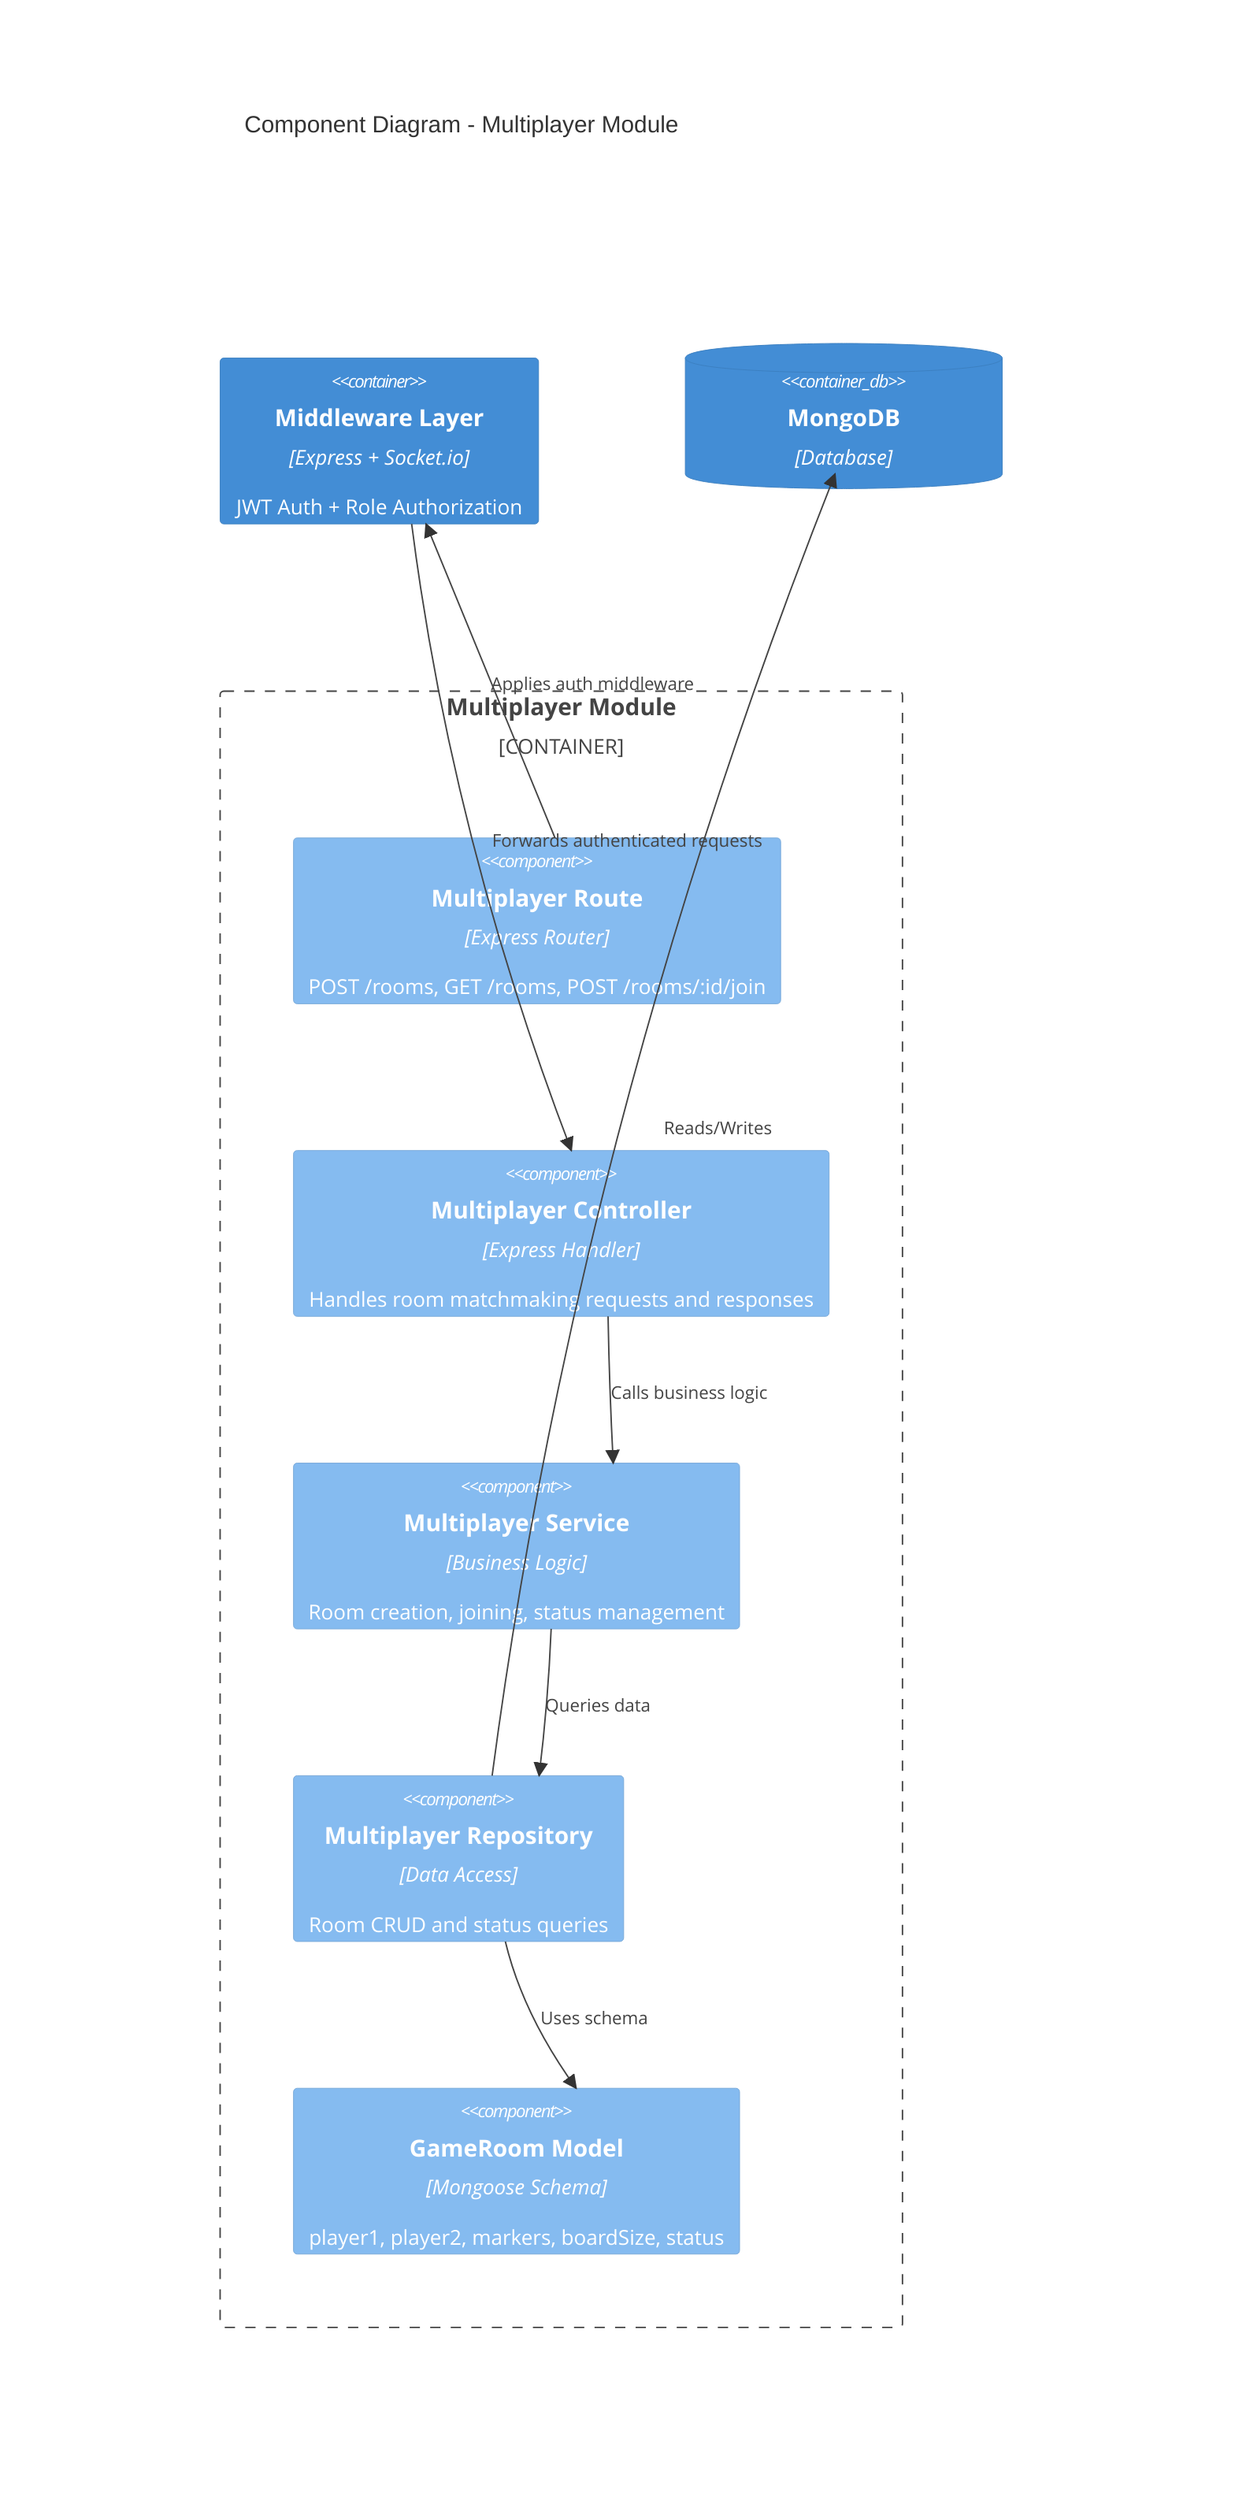
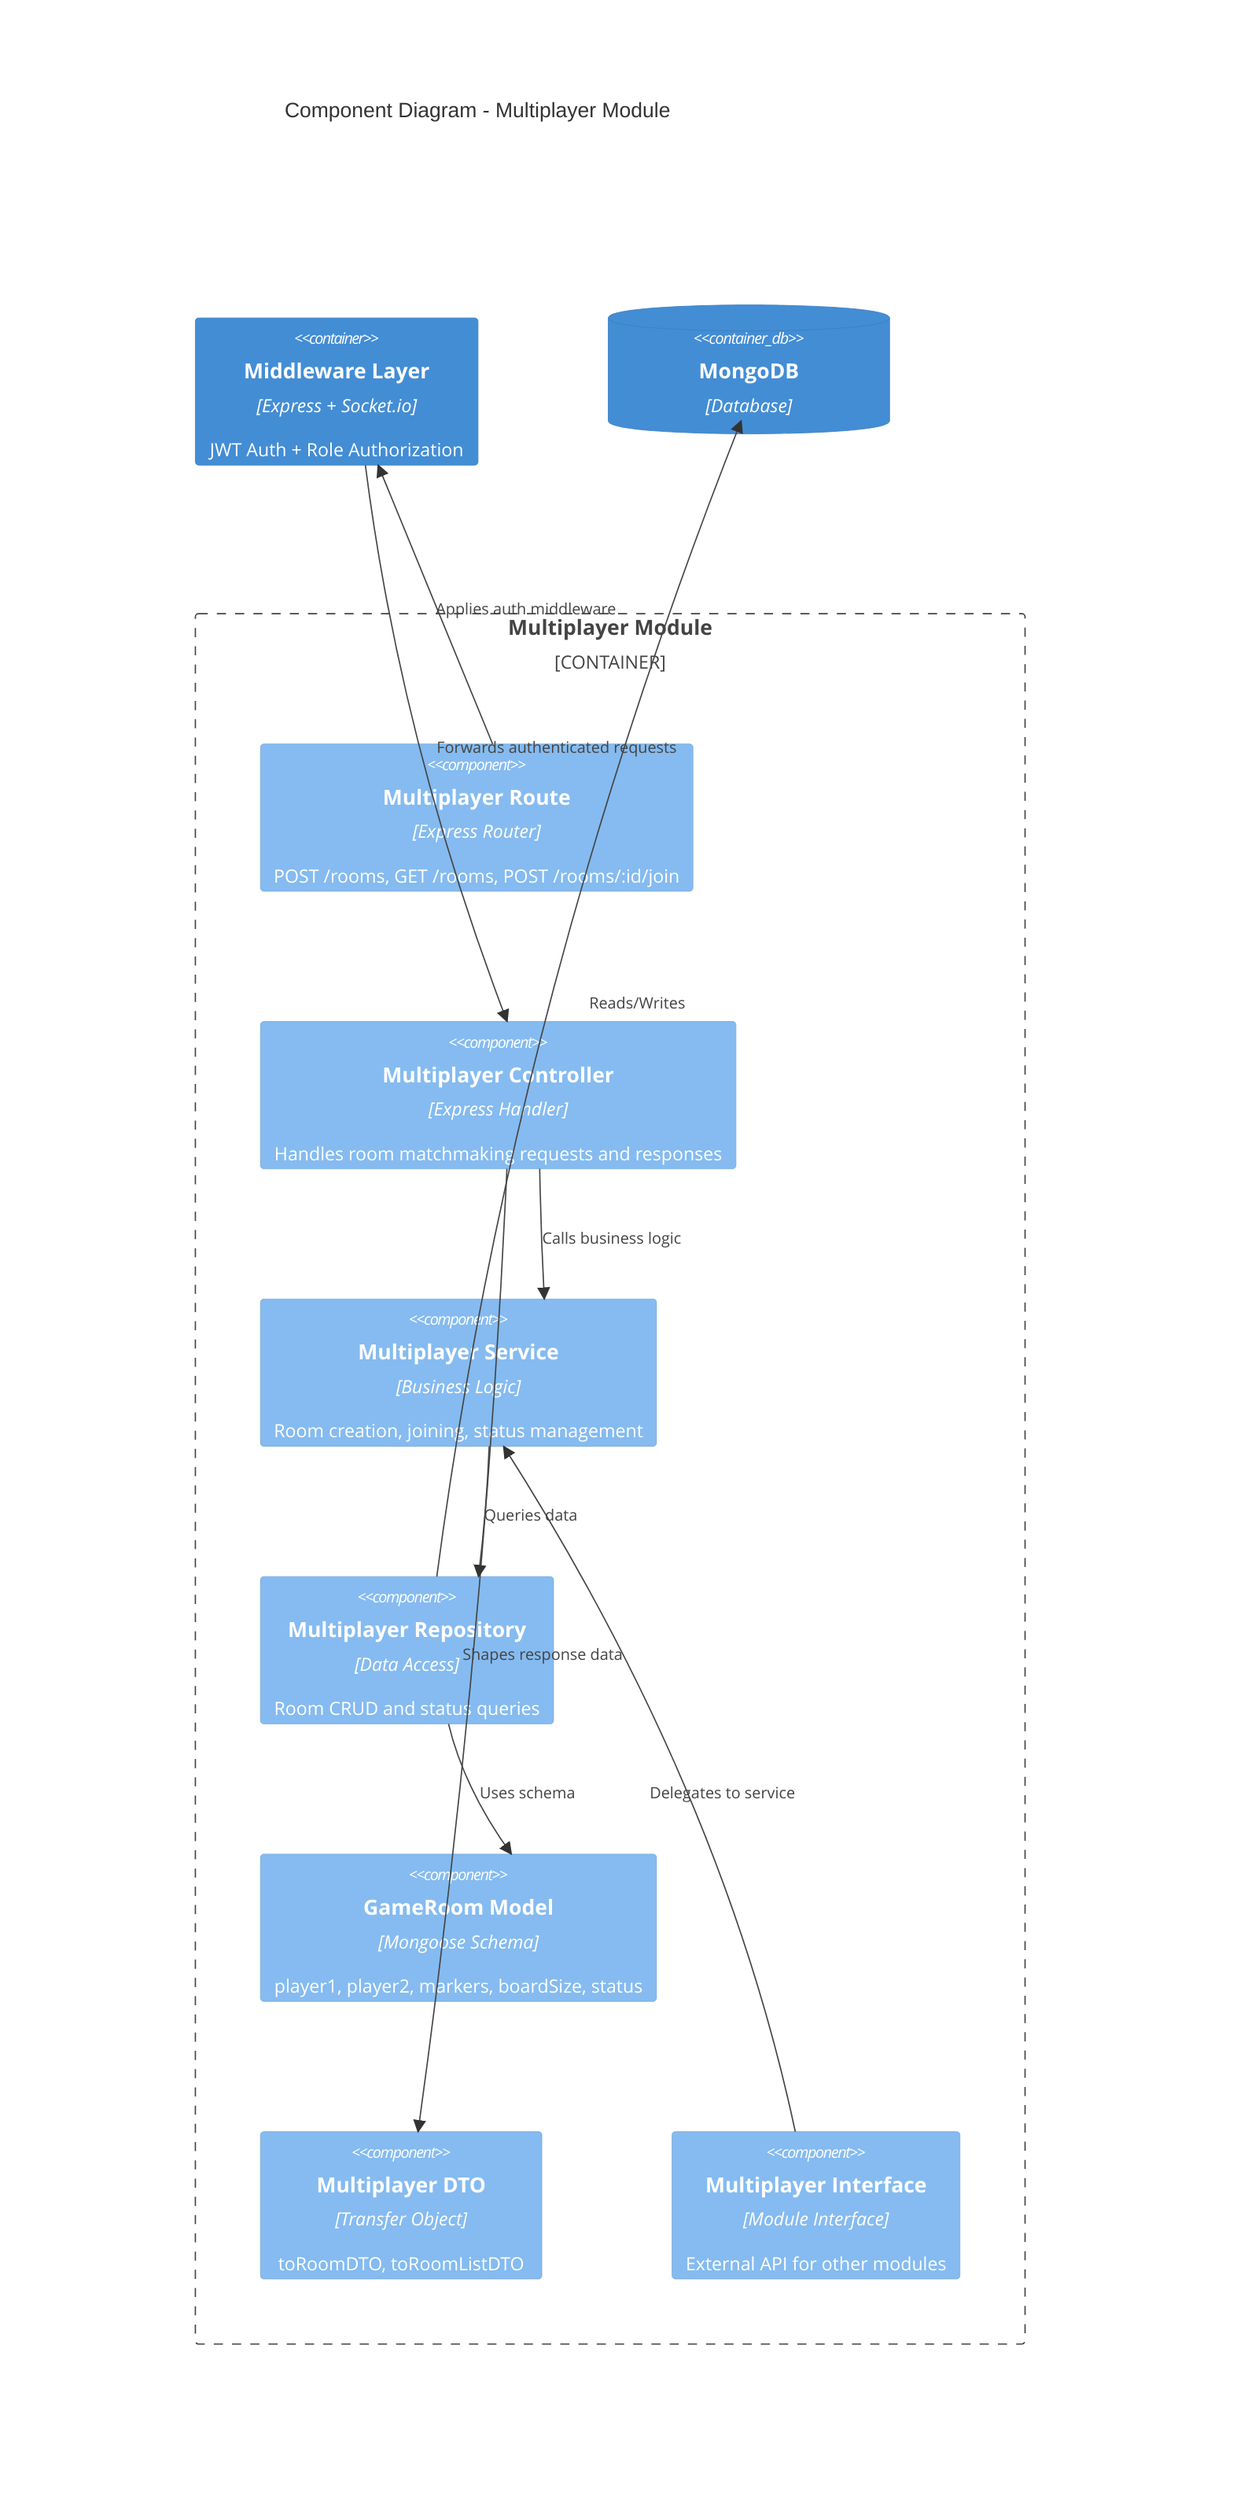
C4Component
    title Component Diagram - Multiplayer Module

    Container(mw, "Middleware Layer", "Express + Socket.io", "JWT Auth + Role Authorization")

    Container_Boundary(multiplayer, "Multiplayer Module") {
        Component(route, "Multiplayer Route", "Express Router", "POST /rooms, GET /rooms, POST /rooms/:id/join")
        Component(controller, "Multiplayer Controller", "Express Handler", "Handles room matchmaking requests and responses")
        Component(service, "Multiplayer Service", "Business Logic", "Room creation, joining, status management")
        Component(repository, "Multiplayer Repository", "Data Access", "Room CRUD and status queries")
        Component(model, "GameRoom Model", "Mongoose Schema", "player1, player2, markers, boardSize, status")
+         Component(dto, "Multiplayer DTO", "Transfer Object", "toRoomDTO, toRoomListDTO")
+         Component(iface, "Multiplayer Interface", "Module Interface", "External API for other modules")
    }

    ContainerDb(db, "MongoDB", "Database")

    Rel(route, mw, "Applies auth middleware")
    Rel(mw, controller, "Forwards authenticated requests")
    Rel(controller, service, "Calls business logic")
+     Rel(controller, dto, "Shapes response data")
    Rel(service, repository, "Queries data")
    Rel(repository, model, "Uses schema")
    Rel(repository, db, "Reads/Writes")
+     Rel(iface, service, "Delegates to service")
